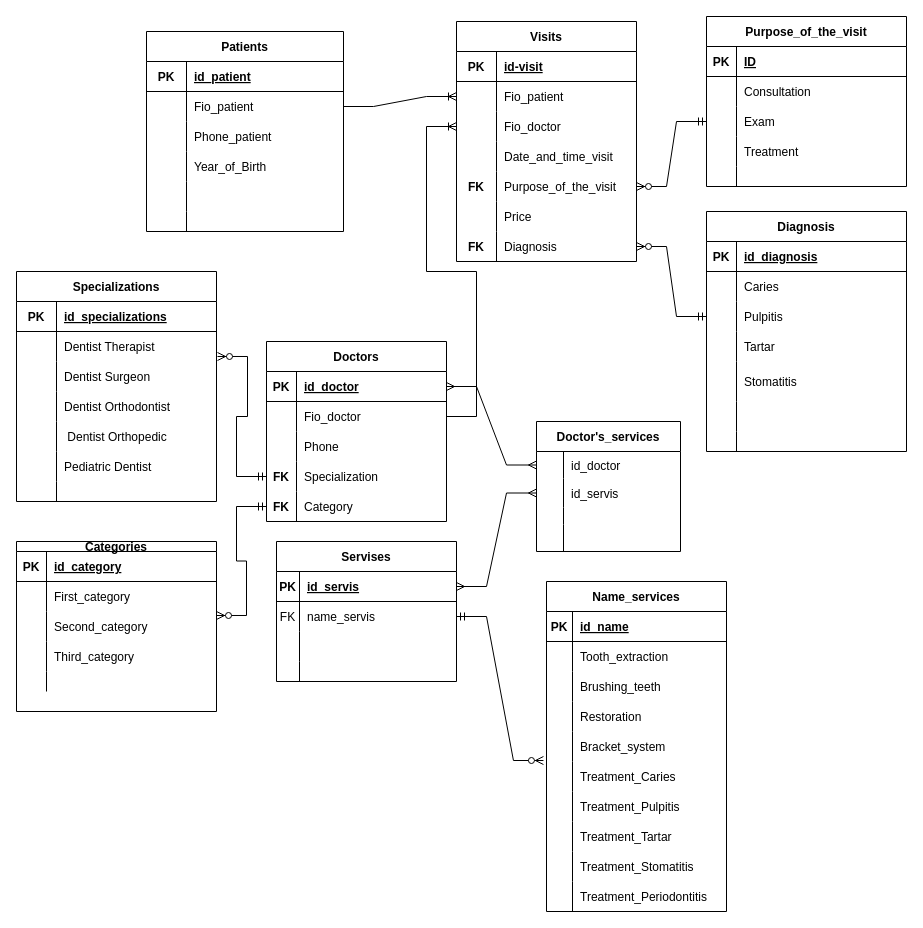
The draw.io diagram stomatology_clinic.drawio in Palych1111/stomatology, before the edit. Source tidied: cells renumbered, new cells numbered last; positions are measured from the earlier drawing's top-left corner, leaving out a move shared by most shapes. Both pictures are drawn from the tidied source at 100%, with x=0, y=0 at pixel (16, 16).
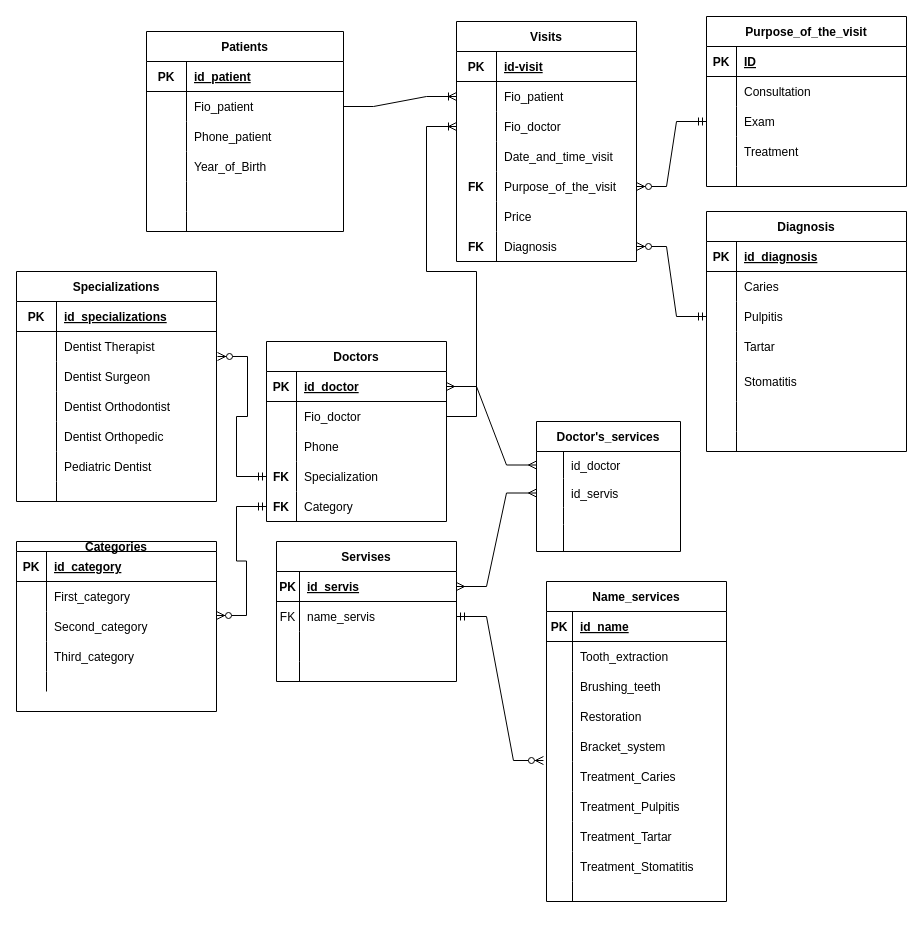
Above is the later version.

Unchanged cells that the change refers to:
```xml
<mxCell id="100" style="shape=tableRow;horizontal=0;startSize=0;swimlaneHead=0;swimlaneBody=0;fillColor=none;top=0;left=0;right=0;bottom=0;" parent="87" vertex="1">
  <mxGeometry y="150" width="200" height="30" as="geometry" />
</mxCell>
```

What changed in the source:
```diff
@@
-    <mxCell id="102" value=" Dentist Orthopedic" style="shape=partialRectangle;fillColor=none;top=0;left=0;bottom=0;right=0;align=left;spacingLeft=6;overflow=hidden;" parent="100" vertex="1">
+    <mxCell id="102" value="Dentist Orthopedic" style="shape=partialRectangle;fillColor=none;top=0;left=0;bottom=0;right=0;align=left;spacingLeft=6;overflow=hidden;" parent="100" vertex="1">
       <mxGeometry x="40" width="160" height="30" as="geometry" />
     </mxCell>
@@
     <mxCell id="169" value="Name_services" style="shape=table;startSize=30;childLayout=tableLayout;rowLines=0;fontStyle=1;align=center;" parent="1" vertex="1">
-      <mxGeometry x="530" y="565" width="180" height="330" as="geometry" />
+      <mxGeometry x="530" y="565" width="180" height="320" as="geometry" />
     </mxCell>
@@
     <mxCell id="197" style="shape=tableRow;horizontal=0;startSize=0;swimlaneHead=0;swimlaneBody=0;fillColor=none;top=0;left=0;right=0;bottom=0;" parent="169" vertex="1">
-      <mxGeometry y="300" width="180" height="30" as="geometry" />
+      <mxGeometry y="300" width="180" height="20" as="geometry" />
     </mxCell>
     <mxCell id="198" style="shape=partialRectangle;fillColor=none;top=0;left=0;bottom=0;right=0;overflow=hidden;" parent="197" vertex="1">
-      <mxGeometry width="26" height="30" as="geometry" />
+      <mxGeometry width="26" height="20" as="geometry" />
     </mxCell>
-    <mxCell id="199" value="Treatment_Periodontitis" style="shape=partialRectangle;fillColor=none;top=0;left=0;bottom=0;right=0;align=left;spacingLeft=6;overflow=hidden;" parent="197" vertex="1">
-      <mxGeometry x="26" width="154" height="30" as="geometry" />
+    <mxCell id="199" style="shape=partialRectangle;fillColor=none;top=0;left=0;bottom=0;right=0;align=left;spacingLeft=6;overflow=hidden;" parent="197" vertex="1">
+      <mxGeometry x="26" width="154" height="20" as="geometry" />
     </mxCell>
```
